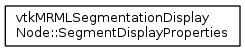
This is master/inherit_graph_146.png from jamesobutler/apidocs.slicer.org, a Graphviz export, as it was before one commit. Its source is kept beside it as master/inherit_graph_146.dot.
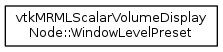
Later version of the same file.

What changed in the source:
```diff
@@ -4,5 +4,5 @@
   edge [fontname="Helvetica",fontsize="10",labelfontname="Helvetica",labelfontsize="10"];
   node [fontname="Helvetica",fontsize="10",shape=record];
   rankdir="LR";
-  Node0 [label="vtkMRMLSegmentationDisplay\lNode::SegmentDisplayProperties",height=0.2,width=0.4,color="black",URL="$structvtkMRMLSegmentationDisplayNode_1_1SegmentDisplayProperties.html",tooltip="Display properties per segment. "];
+  Node0 [label="vtkMRMLScalarVolumeDisplay\lNode::WindowLevelPreset",height=0.2,width=0.4,color="black",URL="$classvtkMRMLScalarVolumeDisplayNode_1_1WindowLevelPreset.html"];
 }
```
